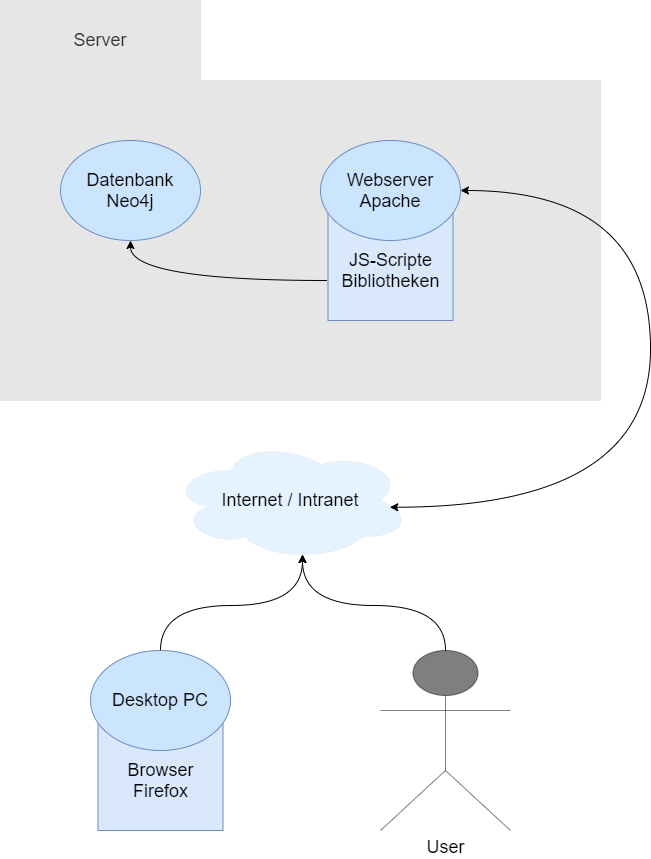
This is Grafiken/Infrastrukturkonzept (1).png from katharinaschemel/Thesis, a draw.io export, as it was before one commit. Source tidied: cells renumbered, new cells last; positions are measured from the earlier drawing's top-left corner, leaving out a move shared by most shapes.
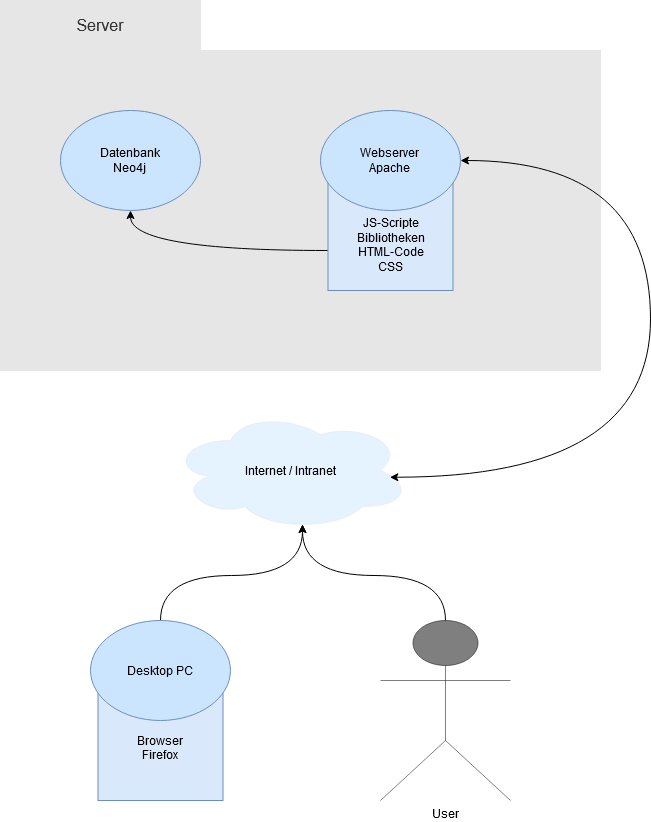
The same diagram one commit later.

Diff of the diagram source:
```diff
@@ -5,27 +5,27 @@
     <mxCell id="2" style="rounded=0;whiteSpace=wrap;html=1;fillColor=#E6E6E6;strokeColor=#E6E6E6;fontColor=#333333;" parent="1" vertex="1">
       <mxGeometry y="80" width="600" height="320" as="geometry" />
     </mxCell>
-    <mxCell id="3" style="rounded=0;whiteSpace=wrap;html=1;" parent="1" vertex="1">
-      <mxGeometry width="200" height="80" as="geometry" />
-    </mxCell>
+    <mxCell id="16" style="rounded=0;whiteSpace=wrap;html=1;" parent="1" vertex="1">
+      <mxGeometry y="30" width="200" height="50" as="geometry" />
+    </mxCell>
-    <mxCell id="4" value="&lt;font style=&quot;font-size: 18px&quot;&gt;Server&lt;/font&gt;" style="text;html=1;strokeColor=#E6E6E6;fillColor=#E6E6E6;align=center;verticalAlign=middle;whiteSpace=wrap;rounded=0;fontColor=#333333;gradientColor=none;" parent="1" vertex="1">
-      <mxGeometry width="200" height="80" as="geometry" />
+    <mxCell id="4" value="&lt;font style=&quot;font-size: 16px&quot;&gt;Server&lt;/font&gt;" style="text;html=1;strokeColor=#E6E6E6;fillColor=#E6E6E6;align=center;verticalAlign=middle;whiteSpace=wrap;rounded=0;fontColor=#333333;gradientColor=none;" parent="1" vertex="1">
+      <mxGeometry y="30" width="200" height="50" as="geometry" />
     </mxCell>
-    <mxCell id="5" value="&lt;font style=&quot;font-size: 18px&quot;&gt;&lt;br&gt;JS-Scripte&lt;br&gt;Bibliotheken&lt;/font&gt;" style="rounded=0;whiteSpace=wrap;html=1;strokeColor=#6c8ebf;fillColor=#dae8fc;" parent="1" vertex="1">
-      <mxGeometry x="327.5" y="200" width="125" height="120" as="geometry" />
-    </mxCell>
+    <mxCell id="17" value="&lt;br&gt;&lt;div&gt;&lt;br&gt;&lt;/div&gt;&lt;div&gt;JS-Scripte&lt;/div&gt;&lt;div&gt;Bibliotheken&lt;/div&gt;&lt;div&gt;HTML-Code&lt;/div&gt;&lt;div&gt;CSS&lt;br&gt;&lt;/div&gt;" style="rounded=0;whiteSpace=wrap;html=1;strokeColor=#6c8ebf;fillColor=#dae8fc;" parent="1" vertex="1">
+      <mxGeometry x="327.5" y="200" width="125" height="120" as="geometry" />
+    </mxCell>
-    <mxCell id="6" value="&lt;font style=&quot;font-size: 18px&quot;&gt;Datenbank&lt;br&gt;Neo4j&lt;/font&gt;" style="ellipse;whiteSpace=wrap;html=1;strokeColor=#6c8ebf;fillColor=#CCE5FF;" parent="1" vertex="1">
+    <mxCell id="6" value="Datenbank&lt;br&gt;Neo4j" style="ellipse;whiteSpace=wrap;html=1;strokeColor=#6c8ebf;fillColor=#CCE5FF;" parent="1" vertex="1">
       <mxGeometry x="60" y="140" width="140" height="100" as="geometry" />
     </mxCell>
-    <mxCell id="7" value="&lt;font style=&quot;font-size: 18px&quot;&gt;Webserver&lt;br&gt;Apache&lt;/font&gt;" style="ellipse;whiteSpace=wrap;html=1;strokeColor=#6c8ebf;fillColor=#CCE5FF;" parent="1" vertex="1">
+    <mxCell id="7" value="Webserver&lt;br&gt;Apache" style="ellipse;whiteSpace=wrap;html=1;strokeColor=#6c8ebf;fillColor=#CCE5FF;" parent="1" vertex="1">
       <mxGeometry x="320" y="140" width="140" height="100" as="geometry" />
     </mxCell>
-    <mxCell id="8" style="endArrow=classic;html=1;entryX=0.5;entryY=1;entryDx=0;entryDy=0;edgeStyle=orthogonalEdgeStyle;curved=1;" parent="1" edge="1" target="6">
-      <mxGeometry relative="1" as="geometry">
-        <mxPoint x="327" y="280" as="sourcePoint" />
-      </mxGeometry>
-    </mxCell>
+    <mxCell id="18" style="endArrow=classic;html=1;entryX=0.5;entryY=1;entryDx=0;entryDy=0;edgeStyle=orthogonalEdgeStyle;curved=1;" parent="1" edge="1" target="6">
+      <mxGeometry relative="1" as="geometry">
+        <mxPoint x="327" y="280" as="sourcePoint" />
+      </mxGeometry>
+    </mxCell>
-    <mxCell id="9" value="&lt;font style=&quot;font-size: 18px&quot;&gt;Internet / Intranet&lt;/font&gt;" style="ellipse;shape=cloud;whiteSpace=wrap;html=1;strokeColor=#E6E6E6;fillColor=#CCE5FF;gradientColor=none;opacity=50;" parent="1" vertex="1">
+    <mxCell id="9" value="Internet / Intranet" style="ellipse;shape=cloud;whiteSpace=wrap;html=1;strokeColor=#E6E6E6;fillColor=#CCE5FF;gradientColor=none;opacity=50;" parent="1" vertex="1">
       <mxGeometry x="170" y="440" width="240" height="120" as="geometry" />
     </mxCell>
     <mxCell id="10" style="endArrow=classic;startArrow=classic;html=1;entryX=1;entryY=0.5;entryDx=0;entryDy=0;exitX=0.914;exitY=0.556;exitDx=0;exitDy=0;exitPerimeter=0;edgeStyle=orthogonalEdgeStyle;curved=1;" parent="1" edge="1" source="9" target="7">
@@ -36,19 +36,19 @@
         </Array>
       </mxGeometry>
     </mxCell>
-    <mxCell id="11" value="&lt;font style=&quot;font-size: 18px&quot;&gt;&lt;br&gt;Browser&lt;br&gt;Firefox&lt;/font&gt;" style="rounded=0;whiteSpace=wrap;html=1;strokeColor=#6c8ebf;fillColor=#dae8fc;" parent="1" vertex="1">
+    <mxCell id="11" value="&lt;br&gt;Browser&lt;br&gt;Firefox" style="rounded=0;whiteSpace=wrap;html=1;strokeColor=#6c8ebf;fillColor=#dae8fc;" parent="1" vertex="1">
       <mxGeometry x="97.5" y="710" width="125" height="120" as="geometry" />
     </mxCell>
     <mxCell id="12" style="edgeStyle=orthogonalEdgeStyle;rounded=0;jettySize=auto;html=1;exitX=0.5;exitY=0;exitDx=0;exitDy=0;entryX=0.55;entryY=0.95;entryDx=0;entryDy=0;entryPerimeter=0;curved=1;" parent="1" edge="1" source="13" target="9">
       <mxGeometry relative="1" as="geometry" />
     </mxCell>
-    <mxCell id="13" value="&lt;font style=&quot;font-size: 18px&quot;&gt;Desktop PC&lt;/font&gt;" style="ellipse;whiteSpace=wrap;html=1;strokeColor=#6c8ebf;fillColor=#CCE5FF;" parent="1" vertex="1">
+    <mxCell id="13" value="Desktop PC" style="ellipse;whiteSpace=wrap;html=1;strokeColor=#6c8ebf;fillColor=#CCE5FF;" parent="1" vertex="1">
       <mxGeometry x="90" y="650" width="140" height="100" as="geometry" />
     </mxCell>
     <mxCell id="14" style="edgeStyle=orthogonalEdgeStyle;rounded=0;jettySize=auto;html=1;exitX=0.5;exitY=0;exitDx=0;exitDy=0;exitPerimeter=0;entryX=0.55;entryY=0.95;entryDx=0;entryDy=0;entryPerimeter=0;curved=1;" parent="1" edge="1" source="15" target="9">
       <mxGeometry relative="1" as="geometry" />
     </mxCell>
-    <mxCell id="15" value="&lt;font style=&quot;font-size: 18px&quot;&gt;User&lt;/font&gt;" style="shape=umlActor;verticalLabelPosition=bottom;labelBackgroundColor=#ffffff;verticalAlign=top;html=1;outlineConnect=0;strokeColor=#000000;fillColor=#000000;opacity=50;" parent="1" vertex="1">
+    <mxCell id="15" value="User" style="shape=umlActor;verticalLabelPosition=bottom;labelBackgroundColor=#ffffff;verticalAlign=top;html=1;outlineConnect=0;strokeColor=#000000;fillColor=#000000;opacity=50;" parent="1" vertex="1">
       <mxGeometry x="380" y="650" width="130" height="180" as="geometry" />
     </mxCell>
   </root>
```
